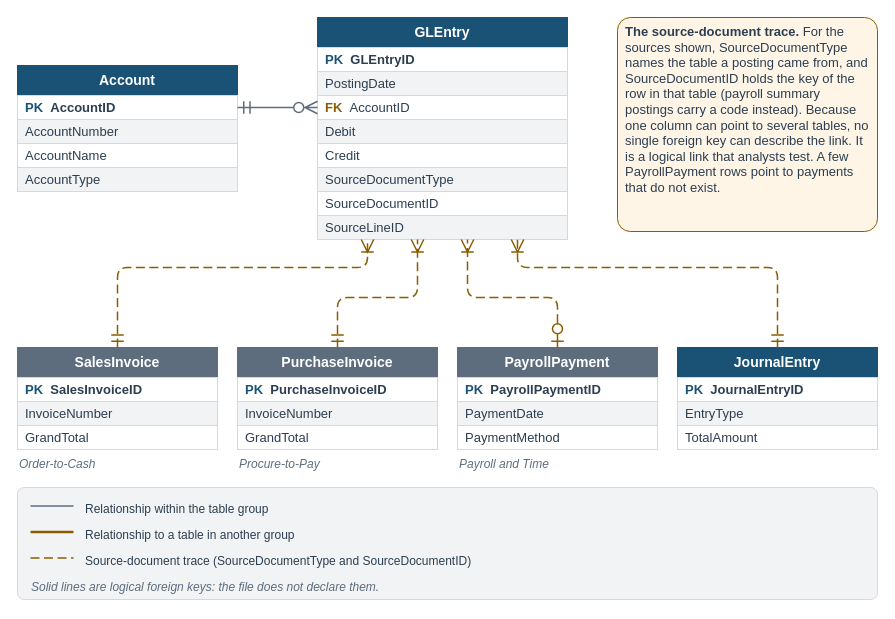
mmcodesso/Accounting_Analytics_Book keeps this draw.io diagram as visuals/src/fig-03-06-gl-subledger-relationship.drawio. Above is the earlier version. Source tidied: cells renumbered, new cells numbered last; positions are measured from the earlier drawing's top-left corner, leaving out a move shared by most shapes. Both pictures are drawn from the tidied source at 100%, with x=0, y=0 at pixel (17, 17).
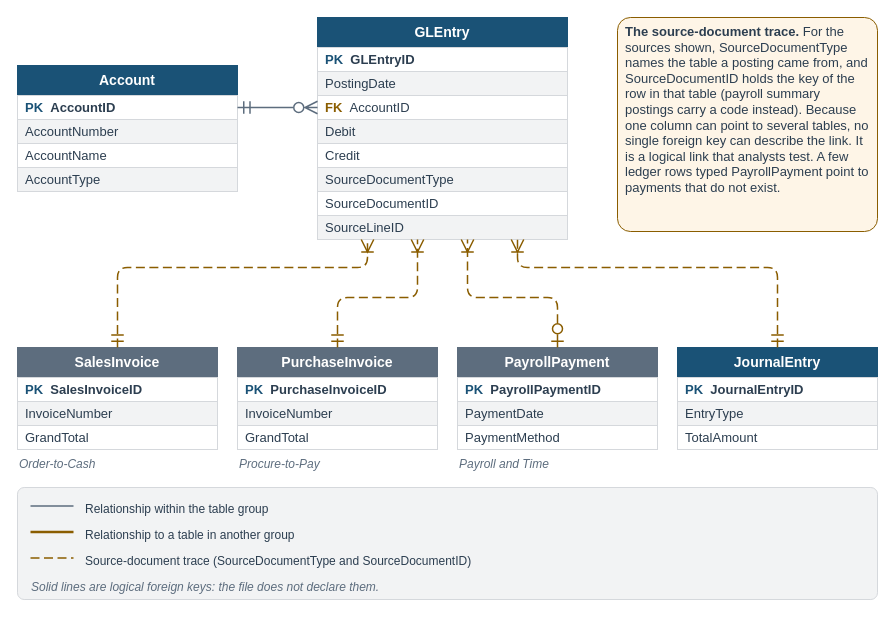
After the change.

The edit, as a diff of the source:
```diff
@@
-    <mxCell id="20" value="&lt;b&gt;The source-document trace.&lt;/b&gt; For the sources shown, SourceDocumentType names the table a posting came from, and SourceDocumentID holds the key of the row in that table (payroll summary postings carry a code instead). Because one column can point to several tables, no single foreign key can describe the link. It is a logical link that analysts test. A few PayrollPayment rows point to payments that do not exist." style="rounded=1;arcSize=6;whiteSpace=wrap;html=1;fillColor=#FEF5E7;strokeColor=#8A5D00;strokeWidth=1;fontColor=#2C3E50;fontSize=13;fontStyle=0;align=left;verticalAlign=top;fontFamily=Helvetica;spacingLeft=6;spacingRight=6;" parent="1" vertex="1">
+    <mxCell id="20" value="&lt;b&gt;The source-document trace.&lt;/b&gt; For the sources shown, SourceDocumentType names the table a posting came from, and SourceDocumentID holds the key of the row in that table (payroll summary postings carry a code instead). Because one column can point to several tables, no single foreign key can describe the link. It is a logical link that analysts test. A few ledger rows typed PayrollPayment point to payments that do not exist." style="rounded=1;arcSize=6;whiteSpace=wrap;html=1;fillColor=#FEF5E7;strokeColor=#8A5D00;strokeWidth=1;fontColor=#2C3E50;fontSize=13;fontStyle=0;align=left;verticalAlign=top;fontFamily=Helvetica;spacingLeft=6;spacingRight=6;" parent="1" vertex="1">
       <mxGeometry x="600" width="260" height="214" as="geometry" />
     </mxCell>
```
